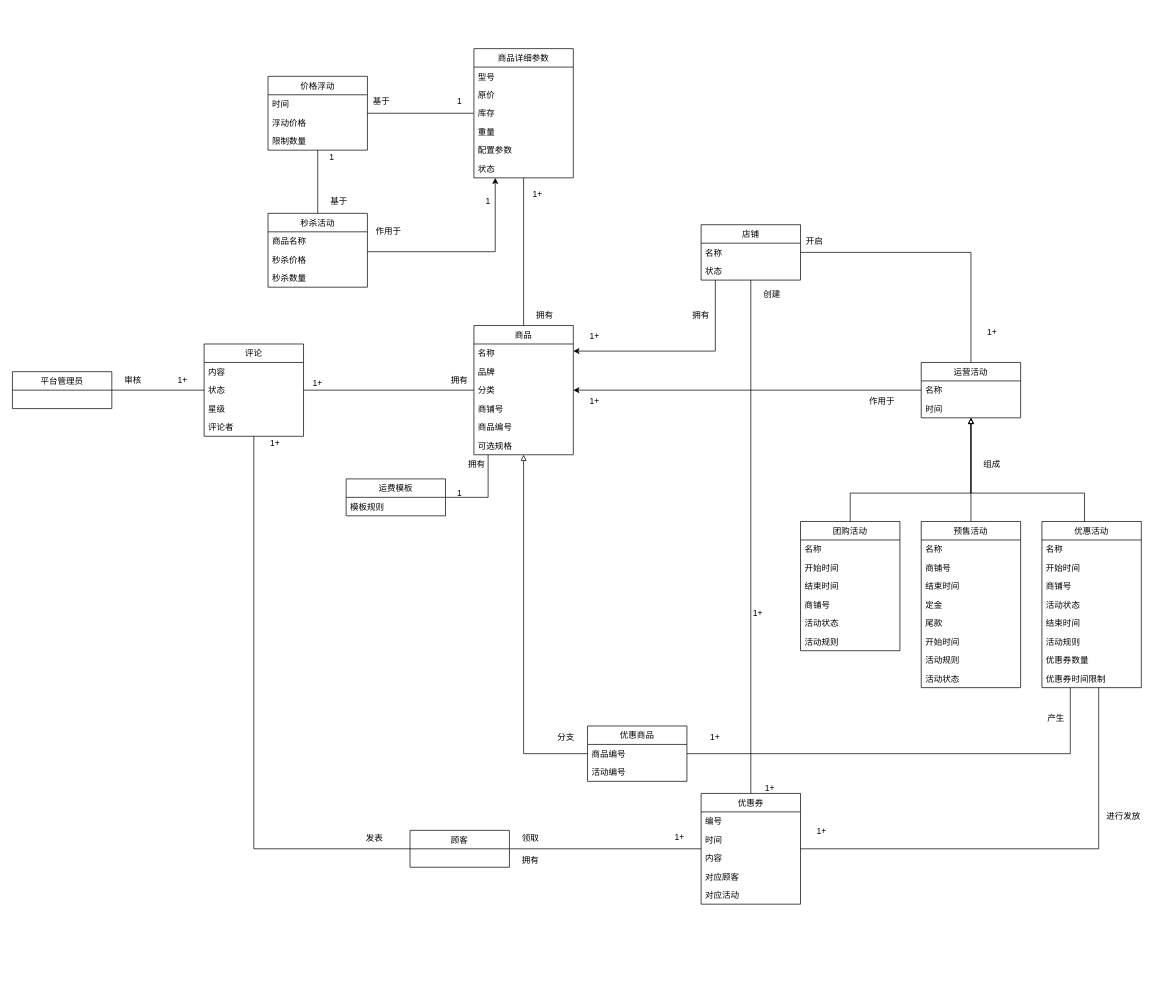
This is 软工导论小组作业/ 需求建模之对象模型（商品模块）.drawio from app1echip/grams, a draw.io file, before an edit. Source tidied: cells renumbered, new cells numbered last; positions are measured from the earlier drawing's top-left corner, leaving out a move shared by most shapes. Both pictures are drawn from the tidied source at 71%, with x=0, y=0 at pixel (12, 48).
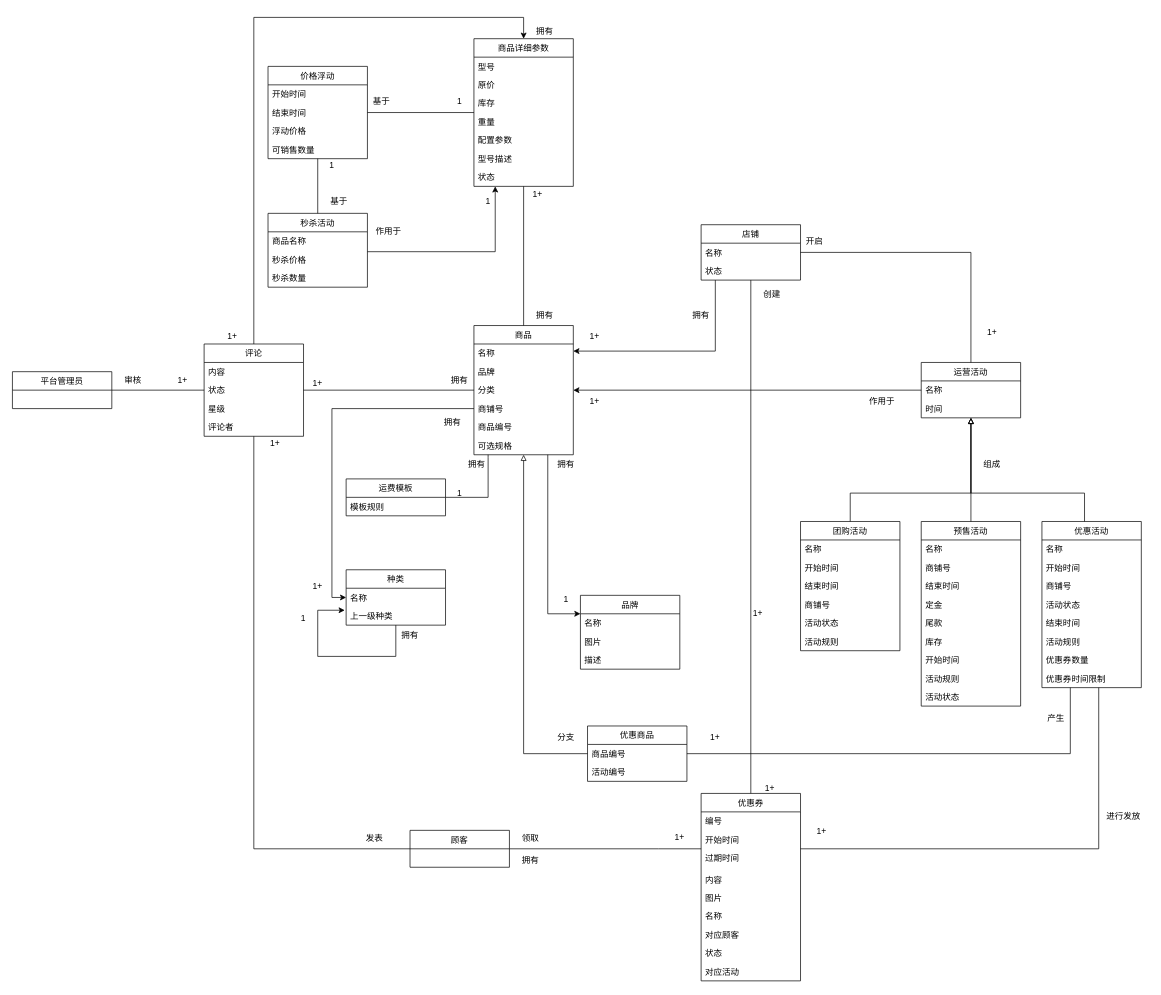
After the change.

Commit message (it also covers changes not shown here):
Update  需求建模之对象模型（商品模块）.drawio

The change refers to these unchanged cells:
```xml
<mxCell id="8" value="商铺号" style="text;strokeColor=none;fillColor=none;align=left;verticalAlign=top;spacingLeft=4;spacingRight=4;overflow=hidden;points=[[0,0.5],[1,0.5]];portConstraint=eastwest;" parent="4" vertex="1">
  <mxGeometry y="104" width="140" height="26" as="geometry" />
</mxCell>
<mxCell id="10" value="可选规格" style="text;strokeColor=none;fillColor=none;align=left;verticalAlign=top;spacingLeft=4;spacingRight=4;overflow=hidden;points=[[0,0.5],[1,0.5]];portConstraint=eastwest;" parent="4" vertex="1">
  <mxGeometry y="156" width="140" height="26" as="geometry" />
</mxCell>
<mxCell id="28" value="评论" style="swimlane;fontStyle=0;horizontal=1;startSize=26;fillColor=none;" parent="1" vertex="1">
  <mxGeometry x="270" y="416" width="140" height="130" as="geometry" />
</mxCell>
<mxCell id="107" value="顾客" style="swimlane;fontStyle=0;horizontal=1;startSize=26;fillColor=none;" parent="1" vertex="1">
  <mxGeometry x="560" y="1101" width="140" height="52" as="geometry" />
</mxCell>
```

Diff of the diagram source:
```diff
@@
     <mxCell id="11" value="商品详细参数" style="swimlane;fontStyle=0;horizontal=1;startSize=26;fillColor=none;" parent="1" vertex="1">
-      <mxGeometry x="650" width="140" height="182" as="geometry" />
+      <mxGeometry x="650" y="-14" width="140" height="208" as="geometry" />
     </mxCell>
@@
+    <mxCell id="126" value="型号描述" style="text;strokeColor=none;fillColor=none;align=left;verticalAlign=top;spacingLeft=4;spacingRight=4;overflow=hidden;" parent="11" vertex="1">
+      <mxGeometry y="156" width="140" height="26" as="geometry" />
+    </mxCell>
     <mxCell id="17" value="状态" style="text;strokeColor=none;fillColor=none;align=left;verticalAlign=top;spacingLeft=4;spacingRight=4;overflow=hidden;" parent="11" vertex="1">
-      <mxGeometry y="156" width="140" height="26" as="geometry" />
+      <mxGeometry y="182" width="140" height="26" as="geometry" />
     </mxCell>
@@
+    <mxCell id="127" style="edgeStyle=orthogonalEdgeStyle;rounded=0;jettySize=auto;html=1;entryX=0.5;entryY=0;entryDx=0;entryDy=0;" parent="1" edge="1" source="28" target="11">
+      <mxGeometry relative="1" as="geometry">
+        <Array as="points">
+          <mxPoint x="340" y="-44" />
+          <mxPoint x="720" y="-44" />
+        </Array>
+      </mxGeometry>
+    </mxCell>
@@
     <mxCell id="36" value="价格浮动" style="swimlane;fontStyle=0;horizontal=1;startSize=26;fillColor=none;" parent="1" vertex="1">
-      <mxGeometry x="360" y="39" width="140" height="104" as="geometry" />
+      <mxGeometry x="360" y="25" width="140" height="130" as="geometry" />
     </mxCell>
-    <mxCell id="37" value="时间" style="text;strokeColor=none;fillColor=none;align=left;verticalAlign=top;spacingLeft=4;spacingRight=4;overflow=hidden;" parent="36" vertex="1">
+    <mxCell id="37" value="开始时间" style="text;strokeColor=none;fillColor=none;align=left;verticalAlign=top;spacingLeft=4;spacingRight=4;overflow=hidden;" parent="36" vertex="1">
       <mxGeometry y="26" width="140" height="26" as="geometry" />
     </mxCell>
+    <mxCell id="128" value="结束时间" style="text;strokeColor=none;fillColor=none;align=left;verticalAlign=top;spacingLeft=4;spacingRight=4;overflow=hidden;" parent="36" vertex="1">
+      <mxGeometry y="52" width="140" height="26" as="geometry" />
+    </mxCell>
     <mxCell id="38" value="浮动价格" style="text;strokeColor=none;fillColor=none;align=left;verticalAlign=top;spacingLeft=4;spacingRight=4;overflow=hidden;" parent="36" vertex="1">
-      <mxGeometry y="52" width="140" height="26" as="geometry" />
+      <mxGeometry y="78" width="140" height="26" as="geometry" />
     </mxCell>
-    <mxCell id="39" value="限制数量" style="text;strokeColor=none;fillColor=none;align=left;verticalAlign=top;spacingLeft=4;spacingRight=4;overflow=hidden;" parent="36" vertex="1">
-      <mxGeometry y="78" width="140" height="26" as="geometry" />
+    <mxCell id="39" value="可销售数量" style="text;strokeColor=none;fillColor=none;align=left;verticalAlign=top;spacingLeft=4;spacingRight=4;overflow=hidden;" parent="36" vertex="1">
+      <mxGeometry y="104" width="140" height="26" as="geometry" />
     </mxCell>
@@
     <mxCell id="55" value="预售活动" style="swimlane;fontStyle=0;horizontal=1;startSize=26;fillColor=none;" parent="1" vertex="1">
-      <mxGeometry x="1280" y="666" width="140" height="234" as="geometry" />
+      <mxGeometry x="1280" y="666" width="140" height="260" as="geometry" />
     </mxCell>
@@
+    <mxCell id="129" value="库存" style="text;strokeColor=none;fillColor=none;align=left;verticalAlign=top;spacingLeft=4;spacingRight=4;overflow=hidden;" parent="55" vertex="1">
+      <mxGeometry y="156" width="140" height="26" as="geometry" />
+    </mxCell>
     <mxCell id="61" value="开始时间" style="text;strokeColor=none;fillColor=none;align=left;verticalAlign=top;spacingLeft=4;spacingRight=4;overflow=hidden;" parent="55" vertex="1">
-      <mxGeometry y="156" width="140" height="26" as="geometry" />
+      <mxGeometry y="182" width="140" height="26" as="geometry" />
     </mxCell>
     <mxCell id="62" value="活动规则" style="text;strokeColor=none;fillColor=none;align=left;verticalAlign=top;spacingLeft=4;spacingRight=4;overflow=hidden;" parent="55" vertex="1">
-      <mxGeometry y="182" width="140" height="26" as="geometry" />
+      <mxGeometry y="208" width="140" height="26" as="geometry" />
     </mxCell>
     <mxCell id="63" value="活动状态" style="text;strokeColor=none;fillColor=none;align=left;verticalAlign=top;spacingLeft=4;spacingRight=4;overflow=hidden;" parent="55" vertex="1">
-      <mxGeometry y="208" width="140" height="26" as="geometry" />
+      <mxGeometry y="234" width="140" height="26" as="geometry" />
     </mxCell>
@@
     <mxCell id="86" value="1" style="text;html=1;strokeColor=none;fillColor=none;align=center;verticalAlign=middle;whiteSpace=wrap;rounded=0;" parent="1" vertex="1">
-      <mxGeometry x="430" y="143" width="40" height="20" as="geometry" />
+      <mxGeometry x="430" y="155" width="40" height="20" as="geometry" />
     </mxCell>
@@
     <mxCell id="95" value="优惠券" style="swimlane;fontStyle=0;horizontal=1;startSize=26;fillColor=none;" parent="1" vertex="1">
-      <mxGeometry x="970" y="1049" width="140" height="156" as="geometry" />
+      <mxGeometry x="970" y="1049" width="140" height="264" as="geometry" />
     </mxCell>
@@
-    <mxCell id="97" value="时间" style="text;strokeColor=none;fillColor=none;align=left;verticalAlign=top;spacingLeft=4;spacingRight=4;overflow=hidden;" parent="95" vertex="1">
+    <mxCell id="97" value="开始时间" style="text;strokeColor=none;fillColor=none;align=left;verticalAlign=top;spacingLeft=4;spacingRight=4;overflow=hidden;" parent="95" vertex="1">
       <mxGeometry y="52" width="140" height="26" as="geometry" />
     </mxCell>
+    <mxCell id="130" value="过期时间" style="text;strokeColor=none;fillColor=none;align=left;verticalAlign=top;spacingLeft=4;spacingRight=4;overflow=hidden;" parent="95" vertex="1">
+      <mxGeometry y="78" width="140" height="30" as="geometry" />
+    </mxCell>
     <mxCell id="98" value="内容" style="text;strokeColor=none;fillColor=none;align=left;verticalAlign=top;spacingLeft=4;spacingRight=4;overflow=hidden;" parent="95" vertex="1">
-      <mxGeometry y="78" width="140" height="26" as="geometry" />
+      <mxGeometry y="108" width="140" height="26" as="geometry" />
     </mxCell>
+    <mxCell id="131" value="图片" style="text;strokeColor=none;fillColor=none;align=left;verticalAlign=top;spacingLeft=4;spacingRight=4;overflow=hidden;" parent="95" vertex="1">
+      <mxGeometry y="134" width="140" height="26" as="geometry" />
+    </mxCell>
+    <mxCell id="132" value="名称" style="text;strokeColor=none;fillColor=none;align=left;verticalAlign=top;spacingLeft=4;spacingRight=4;overflow=hidden;" parent="95" vertex="1">
+      <mxGeometry y="160" width="140" height="26" as="geometry" />
+    </mxCell>
     <mxCell id="99" value="对应顾客" style="text;strokeColor=none;fillColor=none;align=left;verticalAlign=top;spacingLeft=4;spacingRight=4;overflow=hidden;" parent="95" vertex="1">
-      <mxGeometry y="104" width="140" height="26" as="geometry" />
+      <mxGeometry y="186" width="140" height="26" as="geometry" />
     </mxCell>
+    <mxCell id="133" value="状态" style="text;strokeColor=none;fillColor=none;align=left;verticalAlign=top;spacingLeft=4;spacingRight=4;overflow=hidden;" parent="95" vertex="1">
+      <mxGeometry y="212" width="140" height="26" as="geometry" />
+    </mxCell>
     <mxCell id="100" value="对应活动" style="text;strokeColor=none;fillColor=none;align=left;verticalAlign=top;spacingLeft=4;spacingRight=4;overflow=hidden;" parent="95" vertex="1">
-      <mxGeometry y="130" width="140" height="26" as="geometry" />
+      <mxGeometry y="238" width="140" height="26" as="geometry" />
     </mxCell>
@@
     <mxCell id="105" style="edgeStyle=orthogonalEdgeStyle;rounded=0;jettySize=auto;html=1;startArrow=none;startFill=0;endArrow=none;endFill=0;" parent="1" edge="1" source="107" target="95">
-      <mxGeometry relative="1" as="geometry" />
+      <mxGeometry relative="1" as="geometry">
+        <Array as="points">
+          <mxPoint x="910" y="1127" />
+          <mxPoint x="910" y="1127" />
+        </Array>
+      </mxGeometry>
     </mxCell>
@@
+    <mxCell id="134" value="1+" style="text;html=1;strokeColor=none;fillColor=none;align=center;verticalAlign=middle;whiteSpace=wrap;rounded=0;" parent="1" vertex="1">
+      <mxGeometry x="290" y="396" width="40" height="20" as="geometry" />
+    </mxCell>
+    <mxCell id="135" value="拥有" style="text;html=1;strokeColor=none;fillColor=none;align=center;verticalAlign=middle;whiteSpace=wrap;rounded=0;" parent="1" vertex="1">
+      <mxGeometry x="730" y="-34" width="40" height="20" as="geometry" />
+    </mxCell>
+    <mxCell id="136" style="edgeStyle=orthogonalEdgeStyle;rounded=0;jettySize=auto;html=1;entryX=0.743;entryY=1;entryDx=0;entryDy=0;entryPerimeter=0;startArrow=classic;startFill=1;endArrow=none;endFill=0;" parent="1" edge="1" source="137" target="10">
+      <mxGeometry relative="1" as="geometry">
+        <Array as="points">
+          <mxPoint x="754" y="796" />
+        </Array>
+      </mxGeometry>
+    </mxCell>
+    <mxCell id="137" value="品牌" style="swimlane;fontStyle=0;horizontal=1;startSize=26;fillColor=none;" parent="1" vertex="1">
+      <mxGeometry x="800" y="770" width="140" height="104" as="geometry" />
+    </mxCell>
+    <mxCell id="138" value="名称" style="text;strokeColor=none;fillColor=none;align=left;verticalAlign=top;spacingLeft=4;spacingRight=4;overflow=hidden;" parent="137" vertex="1">
+      <mxGeometry y="26" width="140" height="26" as="geometry" />
+    </mxCell>
+    <mxCell id="139" value="图片" style="text;strokeColor=none;fillColor=none;align=left;verticalAlign=top;spacingLeft=4;spacingRight=4;overflow=hidden;" parent="137" vertex="1">
+      <mxGeometry y="52" width="140" height="26" as="geometry" />
+    </mxCell>
+    <mxCell id="140" value="描述" style="text;strokeColor=none;fillColor=none;align=left;verticalAlign=top;spacingLeft=4;spacingRight=4;overflow=hidden;" parent="137" vertex="1">
+      <mxGeometry y="78" width="140" height="26" as="geometry" />
+    </mxCell>
+    <mxCell id="141" value="拥有" style="text;html=1;strokeColor=none;fillColor=none;align=center;verticalAlign=middle;whiteSpace=wrap;rounded=0;" parent="1" vertex="1">
+      <mxGeometry x="760" y="576" width="40" height="20" as="geometry" />
+    </mxCell>
+    <mxCell id="142" value="1" style="text;html=1;strokeColor=none;fillColor=none;align=center;verticalAlign=middle;whiteSpace=wrap;rounded=0;" parent="1" vertex="1">
+      <mxGeometry x="760" y="766" width="40" height="20" as="geometry" />
+    </mxCell>
+    <mxCell id="143" value="种类" style="swimlane;fontStyle=0;horizontal=1;startSize=26;fillColor=none;" parent="1" vertex="1">
+      <mxGeometry x="470" y="734" width="140" height="78" as="geometry" />
+    </mxCell>
+    <mxCell id="144" value="名称" style="text;strokeColor=none;fillColor=none;align=left;verticalAlign=top;spacingLeft=4;spacingRight=4;overflow=hidden;points=[[0,0.5],[1,0.5]];portConstraint=eastwest;" parent="143" vertex="1">
+      <mxGeometry y="26" width="140" height="26" as="geometry" />
+    </mxCell>
+    <mxCell id="145" value="上一级种类" style="text;strokeColor=none;fillColor=none;align=left;verticalAlign=top;spacingLeft=4;spacingRight=4;overflow=hidden;points=[[0,0.5],[1,0.5]];portConstraint=eastwest;" parent="143" vertex="1">
+      <mxGeometry y="52" width="140" height="26" as="geometry" />
+    </mxCell>
+    <mxCell id="146" style="edgeStyle=orthogonalEdgeStyle;rounded=0;jettySize=auto;html=1;entryX=-0.014;entryY=0.192;entryDx=0;entryDy=0;startArrow=none;startFill=0;endArrow=classic;endFill=1;entryPerimeter=0;" parent="143" edge="1" source="143" target="145">
+      <mxGeometry relative="1" as="geometry">
+        <Array as="points">
+          <mxPoint x="70" y="122" />
+          <mxPoint x="-40" y="122" />
+          <mxPoint x="-40" y="57" />
+        </Array>
+      </mxGeometry>
+    </mxCell>
+    <mxCell id="147" style="edgeStyle=orthogonalEdgeStyle;rounded=0;jettySize=auto;html=1;entryX=0;entryY=0.5;entryDx=0;entryDy=0;startArrow=none;startFill=0;endArrow=classic;endFill=1;" parent="1" edge="1" source="8" target="144">
+      <mxGeometry relative="1" as="geometry" />
+    </mxCell>
+    <mxCell id="148" value="拥有" style="text;html=1;strokeColor=none;fillColor=none;align=center;verticalAlign=middle;whiteSpace=wrap;rounded=0;" parent="1" vertex="1">
+      <mxGeometry x="600" y="516" width="40" height="20" as="geometry" />
+    </mxCell>
+    <mxCell id="149" value="1+" style="text;html=1;strokeColor=none;fillColor=none;align=center;verticalAlign=middle;whiteSpace=wrap;rounded=0;" parent="1" vertex="1">
+      <mxGeometry x="410" y="747" width="40" height="20" as="geometry" />
+    </mxCell>
+    <mxCell id="150" value="拥有" style="text;html=1;strokeColor=none;fillColor=none;align=center;verticalAlign=middle;whiteSpace=wrap;rounded=0;" parent="1" vertex="1">
+      <mxGeometry x="540" y="816" width="40" height="20" as="geometry" />
+    </mxCell>
+    <mxCell id="151" value="1" style="text;html=1;strokeColor=none;fillColor=none;align=center;verticalAlign=middle;whiteSpace=wrap;rounded=0;" parent="1" vertex="1">
+      <mxGeometry x="390" y="792" width="40" height="20" as="geometry" />
+    </mxCell>
```
